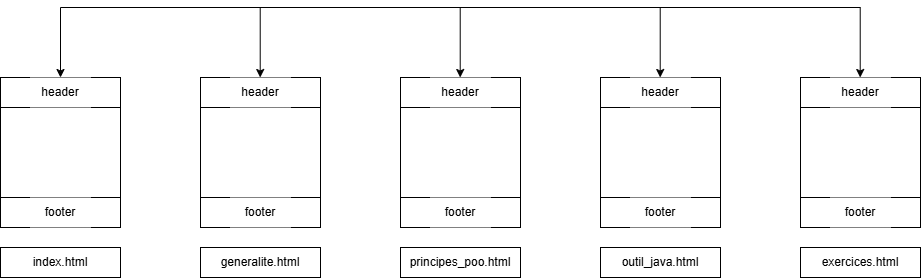
Earlier version of the draw.io export td3_ANDRIAMANANTENASOA_RABENANDRASANA/images/plan_site.png (htrabenandrasana-design/Duo-TD-Web-Mirija-Hajat). Source tidied: cells renumbered, new cells last; positions are measured from the earlier drawing's top-left corner, leaving out a move shared by most shapes.
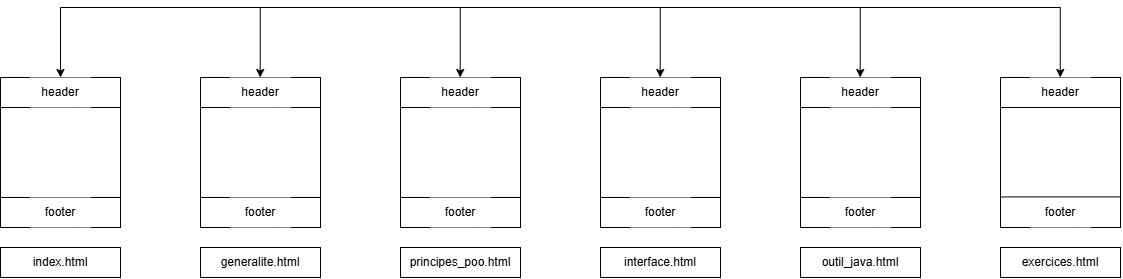
The same file after the commit.

The edit, as a diff of the source:
```diff
@@ -83,7 +83,7 @@
     <mxCell id="18" style="endArrow=none;html=1;rounded=0;" parent="1" edge="1">
       <mxGeometry relative="1" as="geometry">
         <mxPoint x="60" as="sourcePoint" />
-        <mxPoint x="860" as="targetPoint" />
+        <mxPoint x="1060" as="targetPoint" />
       </mxGeometry>
     </mxCell>
     <mxCell id="19" style="endArrow=classic;html=1;rounded=0;entryX=0.5;entryY=0;entryDx=0;entryDy=0;" parent="1" edge="1" target="2">
@@ -125,10 +125,10 @@
       <mxGeometry x="400" y="240" width="120" height="30" as="geometry" />
     </mxCell>
     <mxCell id="27" value="outil_java.html" style="whiteSpace=wrap;html=1;" parent="1" vertex="1">
-      <mxGeometry x="600" y="240" width="120" height="30" as="geometry" />
+      <mxGeometry x="800" y="240" width="120" height="30" as="geometry" />
     </mxCell>
     <mxCell id="28" value="&lt;span style=&quot;background-color: transparent; color: light-dark(rgb(0, 0, 0), rgb(255, 255, 255));&quot;&gt;exercices.html&lt;/span&gt;" style="whiteSpace=wrap;html=1;" parent="1" vertex="1">
-      <mxGeometry x="800" y="240" width="120" height="30" as="geometry" />
+      <mxGeometry x="1000" y="240" width="120" height="30" as="geometry" />
     </mxCell>
     <mxCell id="29" value="footer" style="whiteSpace=wrap;html=1;strokeColor=none;" parent="1" vertex="1">
       <mxGeometry x="30" y="190" width="60" height="30" as="geometry" />
@@ -160,5 +160,35 @@
     <mxCell id="38" value="header" style="whiteSpace=wrap;html=1;strokeColor=none;" parent="1" vertex="1">
       <mxGeometry x="830" y="70" width="60" height="30" as="geometry" />
     </mxCell>
+    <mxCell id="39" style="rounded=0;whiteSpace=wrap;html=1;" parent="1" vertex="1">
+      <mxGeometry x="1000" y="70" width="120" height="150" as="geometry" />
+    </mxCell>
+    <mxCell id="40" value="header" style="whiteSpace=wrap;html=1;strokeColor=none;" parent="1" vertex="1">
+      <mxGeometry x="1030" y="70" width="60" height="30" as="geometry" />
+    </mxCell>
+    <mxCell id="41" value="footer" style="whiteSpace=wrap;html=1;strokeColor=none;" parent="1" vertex="1">
+      <mxGeometry x="1030" y="190" width="60" height="30" as="geometry" />
+    </mxCell>
+    <mxCell id="42" style="endArrow=none;html=1;rounded=0;exitX=0;exitY=0.25;exitDx=0;exitDy=0;entryX=1;entryY=0.25;entryDx=0;entryDy=0;" parent="1" edge="1">
+      <mxGeometry relative="1" as="geometry">
+        <mxPoint x="1000" y="189.4" as="sourcePoint" />
+        <mxPoint x="1120" y="189.4" as="targetPoint" />
+      </mxGeometry>
+    </mxCell>
+    <mxCell id="43" style="endArrow=none;html=1;rounded=0;exitX=0;exitY=0.25;exitDx=0;exitDy=0;entryX=1;entryY=0.25;entryDx=0;entryDy=0;" parent="1" edge="1">
+      <mxGeometry relative="1" as="geometry">
+        <mxPoint x="1000" y="100" as="sourcePoint" />
+        <mxPoint x="1120" y="100" as="targetPoint" />
+      </mxGeometry>
+    </mxCell>
+    <mxCell id="44" value="&lt;span style=&quot;background-color: transparent; color: light-dark(rgb(0, 0, 0), rgb(255, 255, 255));&quot;&gt;interface.html&lt;/span&gt;" style="whiteSpace=wrap;html=1;" parent="1" vertex="1">
+      <mxGeometry x="600" y="240" width="120" height="30" as="geometry" />
+    </mxCell>
+    <mxCell id="45" style="endArrow=classic;html=1;rounded=0;entryX=0.5;entryY=0;entryDx=0;entryDy=0;" parent="1" edge="1">
+      <mxGeometry relative="1" as="geometry">
+        <mxPoint x="1059.8" as="sourcePoint" />
+        <mxPoint x="1059.8" y="70" as="targetPoint" />
+      </mxGeometry>
+    </mxCell>
   </root>
 </mxGraphModel>
```
